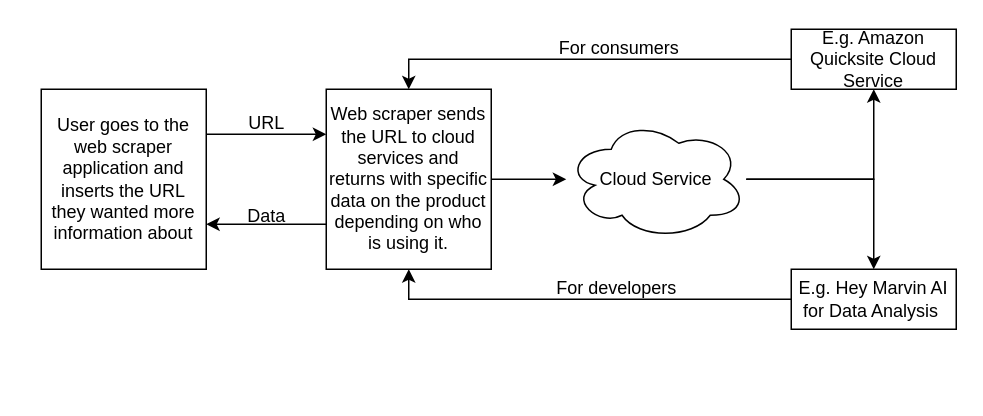
AAlkiyumi/Senior-Design-Project keeps this draw.io diagram as Design Diagrams/D1.drawio. Above is the earlier version. Source tidied: cells renumbered, new cells numbered last; positions are measured from the earlier drawing's top-left corner, leaving out a move shared by most shapes. Both pictures are drawn from the tidied source at 150%, with x=0, y=0 at pixel (40, 26).
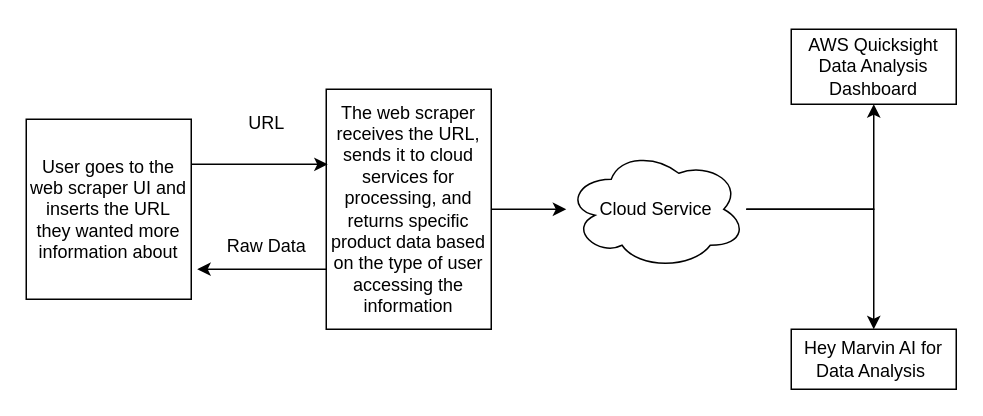
After the change.

Diff of the diagram source:
```diff
@@
 <mxGraphModel>
   <root>
     <mxCell id="0" />
     <mxCell id="1" parent="0" />
-    <mxCell id="2" style="edgeStyle=orthogonalEdgeStyle;rounded=0;jettySize=auto;html=1;exitX=1;exitY=0.25;exitDx=0;exitDy=0;entryX=0;entryY=0.25;entryDx=0;entryDy=0;" parent="1" edge="1" source="3" target="5">
-      <mxGeometry relative="1" as="geometry" />
-    </mxCell>
-    <mxCell id="3" value="User goes to the web scraper application and inserts the URL they wanted more information about" style="rounded=0;whiteSpace=wrap;html=1;" parent="1" vertex="1">
-      <mxGeometry y="42" width="110" height="120" as="geometry" />
+    <mxCell id="3" value="User goes to the web scraper UI and inserts the URL they wanted more information about" style="rounded=0;whiteSpace=wrap;html=1;" parent="1" vertex="1">
+      <mxGeometry x="-10" y="62" width="110" height="120" as="geometry" />
     </mxCell>
-    <mxCell id="4" style="edgeStyle=orthogonalEdgeStyle;rounded=0;jettySize=auto;html=1;exitX=0;exitY=0.75;exitDx=0;exitDy=0;entryX=1;entryY=0.75;entryDx=0;entryDy=0;" parent="1" edge="1" source="5" target="3">
-      <mxGeometry relative="1" as="geometry" />
-    </mxCell>
-    <mxCell id="5" value="Web scraper sends the URL to cloud services and returns with specific data on the product depending on who is using it." style="rounded=0;whiteSpace=wrap;html=1;" parent="1" vertex="1">
-      <mxGeometry x="190" y="42" width="110" height="120" as="geometry" />
+    <mxCell id="5" value="&lt;div&gt;&lt;div&gt;The web scraper receives the URL, sends it to cloud services for processing, and returns specific product data based on the type of user accessing the information&lt;/div&gt;&lt;/div&gt;" style="rounded=0;whiteSpace=wrap;html=1;" parent="1" vertex="1">
+      <mxGeometry x="190" y="42" width="110" height="160" as="geometry" />
     </mxCell>
     <mxCell id="6" style="edgeStyle=orthogonalEdgeStyle;rounded=0;jettySize=auto;html=1;entryX=0.5;entryY=1;entryDx=0;entryDy=0;" parent="1" edge="1" source="8" target="10">
       <mxGeometry relative="1" as="geometry" />
     </mxCell>
     <mxCell id="7" style="edgeStyle=orthogonalEdgeStyle;rounded=0;jettySize=auto;html=1;" parent="1" edge="1" source="8" target="12">
       <mxGeometry relative="1" as="geometry" />
     </mxCell>
     <mxCell id="8" value="Cloud Service" style="ellipse;shape=cloud;whiteSpace=wrap;html=1;" parent="1" vertex="1">
-      <mxGeometry x="350" y="62" width="120" height="80" as="geometry" />
+      <mxGeometry x="350" y="82" width="120" height="80" as="geometry" />
     </mxCell>
-    <mxCell id="9" style="edgeStyle=orthogonalEdgeStyle;rounded=0;jettySize=auto;html=1;entryX=0.5;entryY=0;entryDx=0;entryDy=0;" parent="1" edge="1" source="10" target="5">
-      <mxGeometry relative="1" as="geometry" />
-    </mxCell>
-    <mxCell id="10" value="E.g. Amazon Quicksite Cloud Service" style="rounded=0;whiteSpace=wrap;html=1;" parent="1" vertex="1">
-      <mxGeometry x="500" y="2" width="110" height="40" as="geometry" />
+    <mxCell id="10" value="AWS Quicksight Data Analysis Dashboard" style="rounded=0;whiteSpace=wrap;html=1;" parent="1" vertex="1">
+      <mxGeometry x="500" y="2" width="110" height="50" as="geometry" />
     </mxCell>
-    <mxCell id="11" style="edgeStyle=orthogonalEdgeStyle;rounded=0;jettySize=auto;html=1;entryX=0.5;entryY=1;entryDx=0;entryDy=0;" parent="1" edge="1" source="12" target="5">
-      <mxGeometry relative="1" as="geometry">
-        <Array as="points">
-          <mxPoint x="245" y="182" />
-        </Array>
-      </mxGeometry>
-    </mxCell>
-    <mxCell id="12" value="E.g. Hey Marvin AI for Data Analysis&amp;nbsp;" style="rounded=0;whiteSpace=wrap;html=1;" parent="1" vertex="1">
-      <mxGeometry x="500" y="162" width="110" height="40" as="geometry" />
+    <mxCell id="12" value="Hey Marvin AI for Data Analysis&amp;nbsp;" style="rounded=0;whiteSpace=wrap;html=1;" parent="1" vertex="1">
+      <mxGeometry x="500" y="202" width="110" height="40" as="geometry" />
     </mxCell>
     <mxCell id="13" style="edgeStyle=orthogonalEdgeStyle;rounded=0;jettySize=auto;html=1;" parent="1" edge="1" source="5" target="8">
       <mxGeometry relative="1" as="geometry" />
     </mxCell>
-    <mxCell id="14" value="For developers&amp;nbsp;" style="text;html=1;align=center;verticalAlign=middle;strokeColor=none;fillColor=none;" parent="1" vertex="1">
-      <mxGeometry x="330" y="160" width="110" height="30" as="geometry" />
-    </mxCell>
-    <mxCell id="15" value="For consumers" style="text;html=1;align=center;verticalAlign=middle;strokeColor=none;fillColor=none;" parent="1" vertex="1">
-      <mxGeometry x="335" width="100" height="30" as="geometry" />
-    </mxCell>
-    <mxCell id="16" value="Data" style="text;html=1;align=center;verticalAlign=middle;strokeColor=none;fillColor=none;" parent="1" vertex="1">
-      <mxGeometry x="125" y="112" width="50" height="30" as="geometry" />
+    <mxCell id="16" value="Raw Data" style="text;html=1;align=center;verticalAlign=middle;strokeColor=none;fillColor=none;" parent="1" vertex="1">
+      <mxGeometry x="110" y="132" width="80" height="30" as="geometry" />
     </mxCell>
     <mxCell id="17" value="URL" style="text;html=1;align=center;verticalAlign=middle;strokeColor=none;fillColor=none;" parent="1" vertex="1">
       <mxGeometry x="125" y="50" width="50" height="30" as="geometry" />
     </mxCell>
+    <mxCell id="2" style="edgeStyle=orthogonalEdgeStyle;rounded=0;jettySize=auto;html=1;exitX=1;exitY=0.25;exitDx=0;exitDy=0;entryX=0.009;entryY=0.313;entryDx=0;entryDy=0;entryPerimeter=0;" parent="1" edge="1" source="3" target="5">
+      <mxGeometry relative="1" as="geometry" />
+    </mxCell>
+    <mxCell id="4" style="edgeStyle=orthogonalEdgeStyle;rounded=0;jettySize=auto;html=1;exitX=0;exitY=0.75;exitDx=0;exitDy=0;entryX=1.036;entryY=0.833;entryDx=0;entryDy=0;entryPerimeter=0;" parent="1" edge="1" source="5" target="3">
+      <mxGeometry relative="1" as="geometry" />
+    </mxCell>
   </root>
 </mxGraphModel>
```
